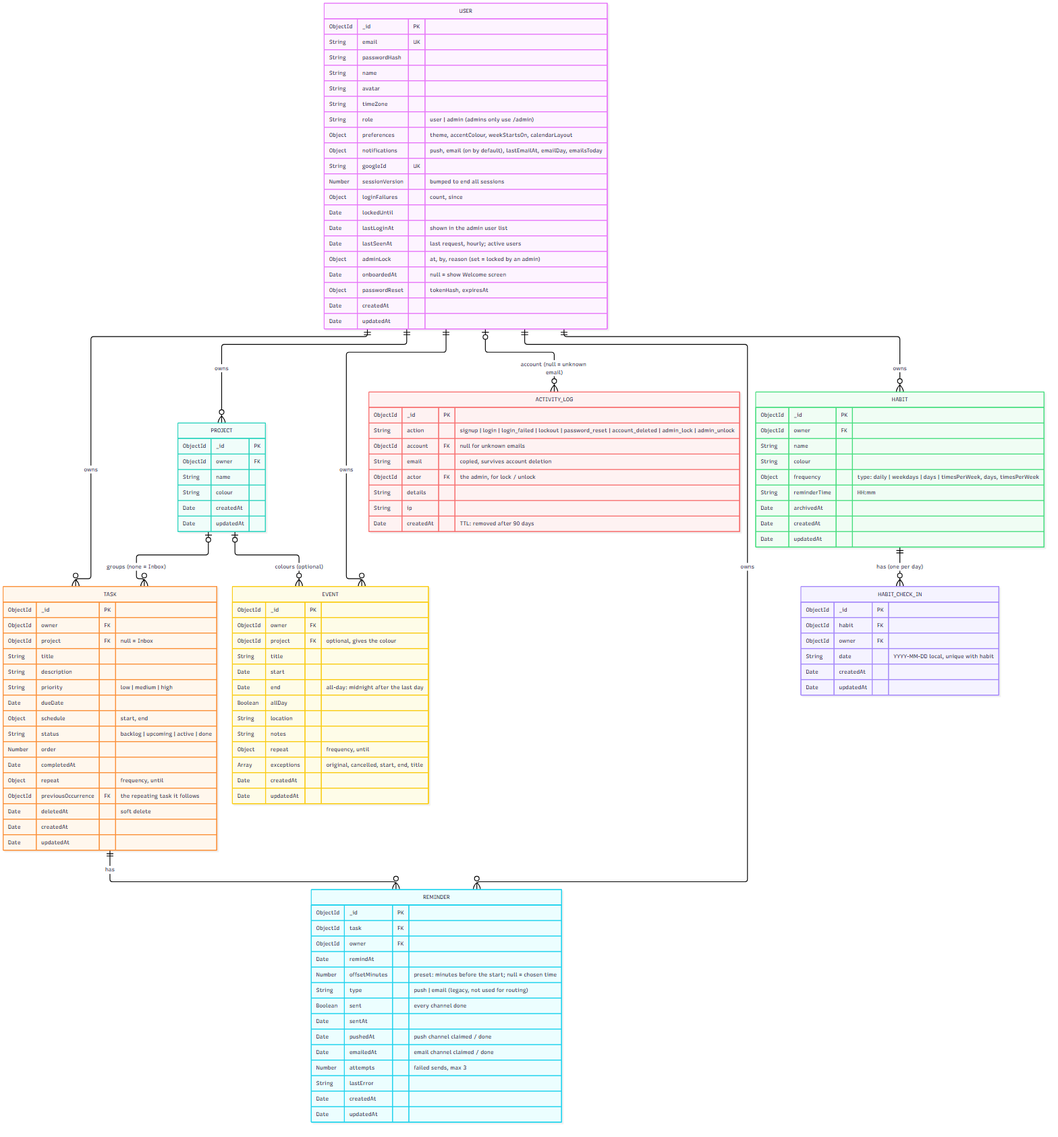
This is docs/erd.png from khang-ngo4444/VCD_Agendal, a Mermaid export, as it was before one commit. Its source is kept beside it as docs/erd.mmd.
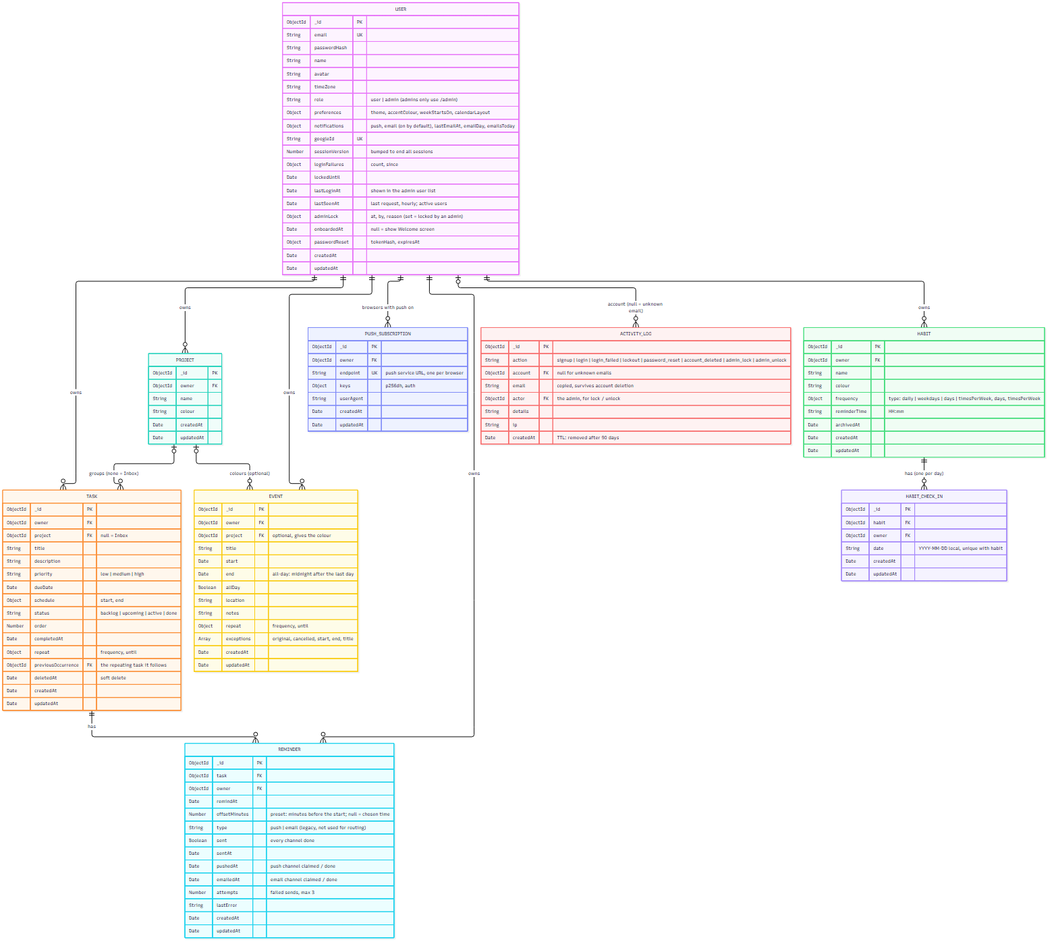
Later version of the same file.

The edit, as a diff of the source:
```diff
@@ -9,6 +9,7 @@
     USER |o--o{ ACTIVITY_LOG : "account (null = unknown email)"
     USER ||--o{ EVENT : owns
     PROJECT |o--o{ EVENT : "colours (optional)"
+    USER ||--o{ PUSH_SUBSCRIPTION : "browsers with push on"
 
     USER {
         ObjectId _id PK
@@ -74,6 +75,15 @@
         Date createdAt
         Date updatedAt
     }
+    PUSH_SUBSCRIPTION {
+        ObjectId _id PK
+        ObjectId owner FK
+        String endpoint UK "push service URL, one per browser"
+        Object keys "p256dh, auth"
+        String userAgent
+        Date createdAt
+        Date updatedAt
+    }
     HABIT {
         ObjectId _id PK
         ObjectId owner FK
```
